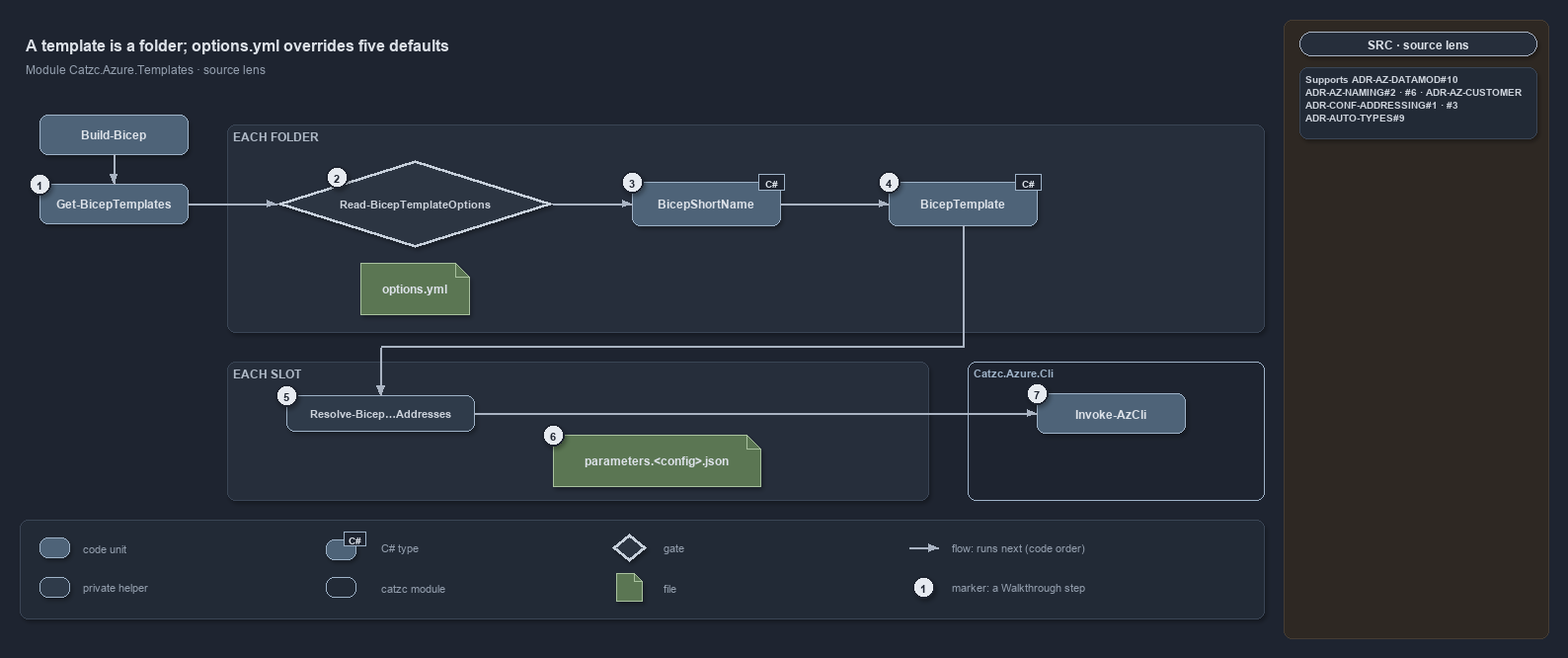
Above: docs/references/pwsh/.assets/bicep-template-is-a-folder/diagram.drawio.png in casperease/catzc (draw.io), before the change. Source tidied: cells renumbered, new cells last; positions are measured from the earlier drawing's top-left corner, leaving out a move shared by most shapes. Source of this version:
```xml
<mxGraphModel background="#1E2430" shadow="1">
  <root>
    <mxCell id="0" />
    <mxCell id="1" parent="0" />
    <mxCell id="2" style="rounded=1;arcSize=2;html=1;fillColor=#2E2823;strokeColor=#453C33;shadow=0;" parent="1" vertex="1">
      <mxGeometry x="1280" width="268" height="626" as="geometry" />
    </mxCell>
    <mxCell id="3" value="A template is a folder; options.yml overrides five defaults" style="text;html=1;align=left;verticalAlign=middle;fontSize=16;fontStyle=1;fontColor=#DDE2E9;" parent="1" vertex="1">
      <mxGeometry y="10" width="1260" height="30" as="geometry" />
    </mxCell>
    <mxCell id="4" value="Module Catzc.Azure.Templates · source lens" style="text;html=1;align=left;verticalAlign=middle;fontSize=12;fontColor=#949FAE;" parent="1" vertex="1">
      <mxGeometry y="40" width="1260" height="20" as="geometry" />
    </mxCell>
    <mxCell id="5" value="EACH FOLDER" style="rounded=1;html=1;arcSize=3;fillColor=#262E3B;strokeColor=#3A4555;verticalAlign=top;align=left;spacingLeft=8;fontStyle=1;fontSize=12;fontColor=#B0BAC7;" parent="1" vertex="1">
      <mxGeometry x="210" y="106" width="1050" height="210" as="geometry" />
    </mxCell>
    <mxCell id="6" value="EACH SLOT" style="rounded=1;html=1;arcSize=3;fillColor=#262E3B;strokeColor=#3A4555;verticalAlign=top;align=left;spacingLeft=8;fontStyle=1;fontSize=12;fontColor=#B0BAC7;" parent="1" vertex="1">
      <mxGeometry x="210" y="346" width="710" height="140" as="geometry" />
    </mxCell>
    <mxCell id="7" value="&lt;b&gt;Build-Bicep&lt;/b&gt;" style="rounded=1;whiteSpace=wrap;html=1;arcSize=20;fillColor=#4E6378;strokeColor=#9FB3C8;fontColor=#DDE2E9;fontSize=12;" parent="1" vertex="1">
      <mxGeometry x="20" y="96" width="150" height="40" as="geometry" />
    </mxCell>
    <mxCell id="8" value="&lt;b&gt;Get-BicepTemplates&lt;/b&gt;" style="rounded=1;whiteSpace=wrap;html=1;arcSize=20;fillColor=#4E6378;strokeColor=#9FB3C8;fontColor=#DDE2E9;fontSize=12;" parent="1" vertex="1">
      <mxGeometry x="20" y="166" width="150" height="40" as="geometry" />
    </mxCell>
    <mxCell id="9" value="&lt;b&gt;Read-BicepTemplateOptions&lt;/b&gt;" style="rhombus;whiteSpace=wrap;html=1;fillColor=#2C3542;strokeColor=#C7D0DB;strokeWidth=3;fontColor=#CDD3DC;fontSize=11;" parent="1" vertex="1">
      <mxGeometry x="260" y="142" width="280" height="88" as="geometry" />
    </mxCell>
    <mxCell id="10" value="&lt;b&gt;options.yml&lt;/b&gt;" style="shape=note;size=14;whiteSpace=wrap;html=1;fillColor=#5B7653;strokeColor=#A9C29F;fontColor=#DDE2E9;fontSize=12;" parent="1" vertex="1">
      <mxGeometry x="345" y="246" width="110" height="52" as="geometry" />
    </mxCell>
    <mxCell id="11" value="&lt;b&gt;BicepShortName&lt;/b&gt;" style="rounded=1;whiteSpace=wrap;html=1;arcSize=20;fillColor=#4E6378;strokeColor=#9FB3C8;fontColor=#DDE2E9;fontSize=12;" parent="1" vertex="1">
      <mxGeometry x="620" y="164" width="150" height="44" as="geometry" />
    </mxCell>
    <mxCell id="12" value="C#" style="rounded=0;html=1;fillColor=#1E2430;strokeColor=#9FB3C8;fontColor=#DDE2E9;fontStyle=1;fontSize=10.5;shadow=0;" parent="1" vertex="1">
      <mxGeometry x="748" y="156" width="26" height="16" as="geometry" />
    </mxCell>
    <mxCell id="13" value="&lt;b&gt;BicepTemplate&lt;/b&gt;" style="rounded=1;whiteSpace=wrap;html=1;arcSize=20;fillColor=#4E6378;strokeColor=#9FB3C8;fontColor=#DDE2E9;fontSize=12;" parent="1" vertex="1">
      <mxGeometry x="880" y="164" width="150" height="44" as="geometry" />
    </mxCell>
    <mxCell id="14" value="C#" style="rounded=0;html=1;fillColor=#1E2430;strokeColor=#9FB3C8;fontColor=#DDE2E9;fontStyle=1;fontSize=10.5;shadow=0;" parent="1" vertex="1">
      <mxGeometry x="1008" y="156" width="26" height="16" as="geometry" />
    </mxCell>
    <mxCell id="15" value="&lt;b&gt;Resolve-Bicep…Addresses&lt;/b&gt;" style="rounded=1;whiteSpace=wrap;html=1;arcSize=20;fillColor=#2F3B4A;strokeColor=#9FB3C8;fontColor=#CDD3DC;fontSize=11;" parent="1" vertex="1">
      <mxGeometry x="270" y="380" width="190" height="36" as="geometry" />
    </mxCell>
    <mxCell id="16" value="&lt;b&gt;parameters.&amp;lt;config&amp;gt;.json&lt;/b&gt;" style="shape=note;size=14;whiteSpace=wrap;html=1;fillColor=#5B7653;strokeColor=#A9C29F;fontColor=#DDE2E9;fontSize=12;" parent="1" vertex="1">
      <mxGeometry x="540" y="420" width="210" height="52" as="geometry" />
    </mxCell>
    <mxCell id="17" value="Catzc.Azure.Cli" style="rounded=1;html=1;arcSize=6;fillColor=none;strokeColor=#9FB3C8;strokeWidth=1.5;verticalAlign=top;align=left;spacingLeft=8;fontStyle=1;fontSize=11;fontColor=#9FB3C8;shadow=0;" parent="1" vertex="1">
      <mxGeometry x="960" y="346" width="300" height="140" as="geometry" />
    </mxCell>
    <mxCell id="18" value="&lt;b&gt;Invoke-AzCli&lt;/b&gt;" style="rounded=1;whiteSpace=wrap;html=1;arcSize=20;fillColor=#4E6378;strokeColor=#9FB3C8;fontColor=#DDE2E9;fontSize=12;" parent="17" vertex="1">
      <mxGeometry x="70" y="32" width="150" height="40" as="geometry" />
    </mxCell>
    <mxCell id="19" style="text;html=1;strokeColor=none;fillColor=none;" parent="1" vertex="1">
      <mxGeometry x="955" y="331" width="1" height="1" as="geometry" />
    </mxCell>
    <mxCell id="20" style="text;html=1;strokeColor=none;fillColor=none;" parent="1" vertex="1">
      <mxGeometry x="365" y="331" width="1" height="1" as="geometry" />
    </mxCell>
    <mxCell id="21" style="edgeStyle=orthogonalEdgeStyle;rounded=1;html=1;fontSize=10;fontColor=#CDD3DC;endArrow=block;strokeColor=#AAB4C3;shadow=0;" parent="1" edge="1" source="7" target="8">
      <mxGeometry relative="1" as="geometry" />
    </mxCell>
    <mxCell id="22" style="edgeStyle=orthogonalEdgeStyle;rounded=1;html=1;fontSize=10;fontColor=#CDD3DC;endArrow=block;strokeColor=#AAB4C3;shadow=0;" parent="1" edge="1" source="8" target="9">
      <mxGeometry relative="1" as="geometry" />
    </mxCell>
    <mxCell id="23" style="edgeStyle=orthogonalEdgeStyle;rounded=1;html=1;fontSize=10;fontColor=#CDD3DC;endArrow=block;strokeColor=#AAB4C3;shadow=0;" parent="1" edge="1" source="9" target="11">
      <mxGeometry relative="1" as="geometry" />
    </mxCell>
    <mxCell id="24" style="edgeStyle=orthogonalEdgeStyle;rounded=1;html=1;fontSize=10;fontColor=#CDD3DC;endArrow=block;strokeColor=#AAB4C3;shadow=0;" parent="1" edge="1" source="11" target="13">
      <mxGeometry relative="1" as="geometry" />
    </mxCell>
    <mxCell id="25" style="edgeStyle=orthogonalEdgeStyle;rounded=1;html=1;endArrow=none;strokeColor=#AAB4C3;shadow=0;" parent="1" edge="1" source="13" target="19">
      <mxGeometry relative="1" as="geometry" />
    </mxCell>
    <mxCell id="26" style="edgeStyle=orthogonalEdgeStyle;rounded=1;html=1;endArrow=none;strokeColor=#AAB4C3;shadow=0;" parent="1" edge="1" source="19" target="20">
      <mxGeometry relative="1" as="geometry" />
    </mxCell>
    <mxCell id="27" style="edgeStyle=orthogonalEdgeStyle;rounded=1;html=1;fontSize=10;fontColor=#CDD3DC;endArrow=block;strokeColor=#AAB4C3;shadow=0;" parent="1" edge="1" source="20" target="15">
      <mxGeometry relative="1" as="geometry" />
    </mxCell>
    <mxCell id="28" style="edgeStyle=orthogonalEdgeStyle;rounded=1;html=1;fontSize=10;fontColor=#CDD3DC;endArrow=block;strokeColor=#AAB4C3;shadow=0;" parent="1" edge="1" source="15" target="18">
      <mxGeometry relative="1" as="geometry" />
    </mxCell>
    <mxCell id="29" value="1" style="ellipse;html=1;fillColor=#E6EAF0;strokeColor=#1E2430;strokeWidth=2;fontColor=#1E2430;fontStyle=1;fontSize=11;" parent="1" vertex="1">
      <mxGeometry x="9" y="155" width="22" height="22" as="geometry" />
    </mxCell>
    <mxCell id="30" value="2" style="ellipse;html=1;fillColor=#E6EAF0;strokeColor=#1E2430;strokeWidth=2;fontColor=#1E2430;fontStyle=1;fontSize=11;" parent="1" vertex="1">
      <mxGeometry x="310" y="148" width="22" height="22" as="geometry" />
    </mxCell>
    <mxCell id="31" value="3" style="ellipse;html=1;fillColor=#E6EAF0;strokeColor=#1E2430;strokeWidth=2;fontColor=#1E2430;fontStyle=1;fontSize=11;" parent="1" vertex="1">
      <mxGeometry x="609" y="153" width="22" height="22" as="geometry" />
    </mxCell>
    <mxCell id="32" value="4" style="ellipse;html=1;fillColor=#E6EAF0;strokeColor=#1E2430;strokeWidth=2;fontColor=#1E2430;fontStyle=1;fontSize=11;" parent="1" vertex="1">
      <mxGeometry x="869" y="153" width="22" height="22" as="geometry" />
    </mxCell>
    <mxCell id="33" value="5" style="ellipse;html=1;fillColor=#E6EAF0;strokeColor=#1E2430;strokeWidth=2;fontColor=#1E2430;fontStyle=1;fontSize=11;" parent="1" vertex="1">
      <mxGeometry x="259" y="369" width="22" height="22" as="geometry" />
    </mxCell>
    <mxCell id="34" value="6" style="ellipse;html=1;fillColor=#E6EAF0;strokeColor=#1E2430;strokeWidth=2;fontColor=#1E2430;fontStyle=1;fontSize=11;" parent="1" vertex="1">
      <mxGeometry x="529" y="409" width="22" height="22" as="geometry" />
    </mxCell>
    <mxCell id="35" value="7" style="ellipse;html=1;fillColor=#E6EAF0;strokeColor=#1E2430;strokeWidth=2;fontColor=#1E2430;fontStyle=1;fontSize=11;" parent="1" vertex="1">
      <mxGeometry x="1019" y="367" width="22" height="22" as="geometry" />
    </mxCell>
    <mxCell id="36" style="rounded=1;arcSize=6;html=1;fillColor=#222A36;strokeColor=#3A4555;" parent="1" vertex="1">
      <mxGeometry y="506" width="1260" height="100" as="geometry" />
    </mxCell>
    <mxCell id="37" style="rounded=1;whiteSpace=wrap;html=1;arcSize=20;fillColor=#4E6378;strokeColor=#9FB3C8;" parent="1" vertex="1">
      <mxGeometry x="20" y="524" width="30" height="20" as="geometry" />
    </mxCell>
    <mxCell id="38" value="code unit" style="text;html=1;align=left;verticalAlign=middle;fontSize=11;fontColor=#949FAE;" parent="1" vertex="1">
      <mxGeometry x="58" y="524" width="200" height="20" as="geometry" />
    </mxCell>
    <mxCell id="39" style="rounded=1;whiteSpace=wrap;html=1;arcSize=20;fillColor=#2F3B4A;strokeColor=#9FB3C8;" parent="1" vertex="1">
      <mxGeometry x="20" y="564" width="30" height="20" as="geometry" />
    </mxCell>
    <mxCell id="40" value="private helper" style="text;html=1;align=left;verticalAlign=middle;fontSize=11;fontColor=#949FAE;" parent="1" vertex="1">
      <mxGeometry x="58" y="564" width="200" height="20" as="geometry" />
    </mxCell>
    <mxCell id="41" style="rounded=1;whiteSpace=wrap;html=1;arcSize=20;fillColor=#4E6378;strokeColor=#9FB3C8;" parent="1" vertex="1">
      <mxGeometry x="310" y="526" width="30" height="20" as="geometry" />
    </mxCell>
    <mxCell id="42" value="C#" style="rounded=0;html=1;fillColor=#1E2430;strokeColor=#9FB3C8;fontColor=#DDE2E9;fontStyle=1;fontSize=10.5;shadow=0;" parent="1" vertex="1">
      <mxGeometry x="328" y="518" width="22" height="14" as="geometry" />
    </mxCell>
    <mxCell id="43" value="C# type" style="text;html=1;align=left;verticalAlign=middle;fontSize=11;fontColor=#949FAE;" parent="1" vertex="1">
      <mxGeometry x="360" y="524" width="200" height="20" as="geometry" />
    </mxCell>
    <mxCell id="44" style="rounded=1;html=1;arcSize=6;fillColor=none;strokeColor=#9FB3C8;strokeWidth=1.5;shadow=0;" parent="1" vertex="1">
      <mxGeometry x="310" y="564" width="30" height="20" as="geometry" />
    </mxCell>
    <mxCell id="45" value="catzc module" style="text;html=1;align=left;verticalAlign=middle;fontSize=11;fontColor=#949FAE;" parent="1" vertex="1">
      <mxGeometry x="360" y="564" width="200" height="20" as="geometry" />
    </mxCell>
    <mxCell id="46" style="rhombus;whiteSpace=wrap;html=1;fillColor=#2C3542;strokeColor=#C7D0DB;strokeWidth=3;" parent="1" vertex="1">
      <mxGeometry x="600" y="520" width="34" height="28" as="geometry" />
    </mxCell>
    <mxCell id="47" value="gate" style="text;html=1;align=left;verticalAlign=middle;fontSize=11;fontColor=#949FAE;" parent="1" vertex="1">
      <mxGeometry x="646" y="524" width="200" height="20" as="geometry" />
    </mxCell>
    <mxCell id="48" style="shape=note;size=8;whiteSpace=wrap;html=1;fillColor=#5B7653;strokeColor=#A9C29F;" parent="1" vertex="1">
      <mxGeometry x="604" y="560" width="26" height="28" as="geometry" />
    </mxCell>
    <mxCell id="49" value="file" style="text;html=1;align=left;verticalAlign=middle;fontSize=11;fontColor=#949FAE;" parent="1" vertex="1">
      <mxGeometry x="646" y="564" width="200" height="20" as="geometry" />
    </mxCell>
    <mxCell id="50" style="text;html=1;strokeColor=none;fillColor=none;" parent="1" vertex="1">
      <mxGeometry x="900" y="534" width="1" height="1" as="geometry" />
    </mxCell>
    <mxCell id="51" style="text;html=1;strokeColor=none;fillColor=none;" parent="1" vertex="1">
      <mxGeometry x="930" y="534" width="1" height="1" as="geometry" />
    </mxCell>
    <mxCell id="52" style="edgeStyle=orthogonalEdgeStyle;rounded=1;html=1;endArrow=block;strokeColor=#AAB4C3;shadow=0;" parent="1" edge="1" source="50" target="51">
      <mxGeometry relative="1" as="geometry" />
    </mxCell>
    <mxCell id="53" value="flow: runs next (code order)" style="text;html=1;align=left;verticalAlign=middle;fontSize=11;fontColor=#949FAE;" parent="1" vertex="1">
      <mxGeometry x="938" y="524" width="220" height="20" as="geometry" />
    </mxCell>
    <mxCell id="54" value="1" style="ellipse;html=1;fillColor=#E6EAF0;strokeColor=#1E2430;strokeWidth=2;fontColor=#1E2430;fontStyle=1;fontSize=11;" parent="1" vertex="1">
      <mxGeometry x="904" y="563" width="22" height="22" as="geometry" />
    </mxCell>
    <mxCell id="55" value="marker: a Walkthrough step" style="text;html=1;align=left;verticalAlign=middle;fontSize=11;fontColor=#949FAE;" parent="1" vertex="1">
      <mxGeometry x="938" y="564" width="220" height="20" as="geometry" />
    </mxCell>
    <mxCell id="56" value="SRC · source lens" style="rounded=1;arcSize=50;whiteSpace=wrap;html=1;fillColor=#262E3B;strokeColor=#AAB4C3;fontColor=#DDE2E9;fontStyle=1;fontSize=12;" parent="1" vertex="1">
      <mxGeometry x="1296" y="12" width="240" height="24" as="geometry" />
    </mxCell>
    <mxCell id="57" value="&lt;b&gt;Supports&lt;/b&gt; ADR-AZ-DATAMOD#10&lt;br&gt;ADR-AZ-NAMING#2 · #6 · ADR-AZ-CUSTOMER&lt;br&gt;ADR-CONF-ADDRESSING#1 · #3&lt;br&gt;ADR-AUTO-TYPES#9" style="rounded=1;arcSize=6;whiteSpace=wrap;html=1;align=left;verticalAlign=top;spacingLeft=6;fontSize=10.5;fontColor=#CDD3DC;fillColor=#222A36;strokeColor=#3A4555;" parent="1" vertex="1">
      <mxGeometry x="1296" y="48" width="240" height="72" as="geometry" />
    </mxCell>
  </root>
</mxGraphModel>
```
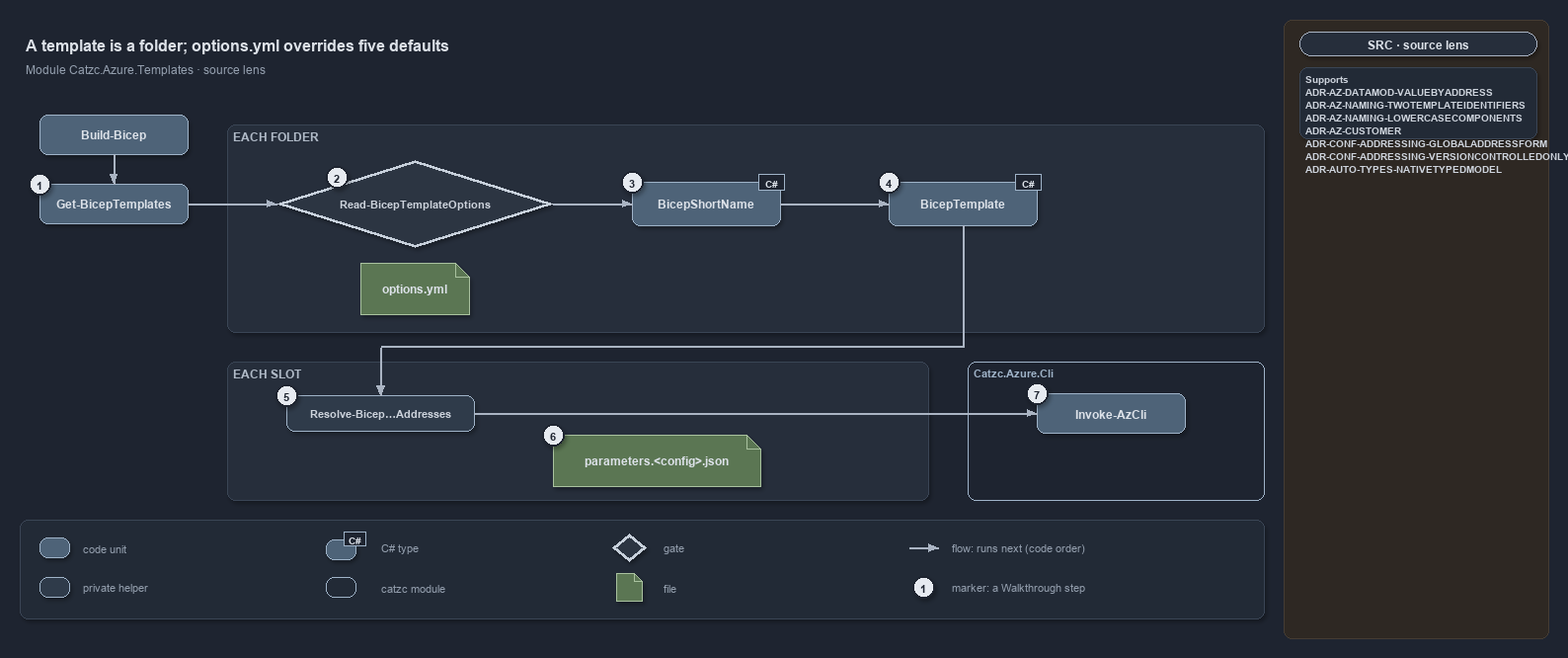
After the change.

What changed in the source:
```diff
@@ -167,7 +167,7 @@
     <mxCell id="56" value="SRC · source lens" style="rounded=1;arcSize=50;whiteSpace=wrap;html=1;fillColor=#262E3B;strokeColor=#AAB4C3;fontColor=#DDE2E9;fontStyle=1;fontSize=12;" parent="1" vertex="1">
       <mxGeometry x="1296" y="12" width="240" height="24" as="geometry" />
     </mxCell>
-    <mxCell id="57" value="&lt;b&gt;Supports&lt;/b&gt; ADR-AZ-DATAMOD#10&lt;br&gt;ADR-AZ-NAMING#2 · #6 · ADR-AZ-CUSTOMER&lt;br&gt;ADR-CONF-ADDRESSING#1 · #3&lt;br&gt;ADR-AUTO-TYPES#9" style="rounded=1;arcSize=6;whiteSpace=wrap;html=1;align=left;verticalAlign=top;spacingLeft=6;fontSize=10.5;fontColor=#CDD3DC;fillColor=#222A36;strokeColor=#3A4555;" parent="1" vertex="1">
+    <mxCell id="57" value="&lt;b&gt;Supports&lt;/b&gt;&lt;br&gt;ADR-AZ-DATAMOD-VALUEBYADDRESS&lt;br&gt;ADR-AZ-NAMING-TWOTEMPLATEIDENTIFIERS&lt;br&gt;ADR-AZ-NAMING-LOWERCASECOMPONENTS&lt;br&gt;ADR-AZ-CUSTOMER&lt;br&gt;ADR-CONF-ADDRESSING-GLOBALADDRESSFORM&lt;br&gt;ADR-CONF-ADDRESSING-VERSIONCONTROLLEDONLY&lt;br&gt;ADR-AUTO-TYPES-NATIVETYPEDMODEL" style="rounded=1;arcSize=6;whiteSpace=wrap;html=1;align=left;verticalAlign=top;spacingLeft=6;fontSize=10.5;fontColor=#CDD3DC;fillColor=#222A36;strokeColor=#3A4555;" parent="1" vertex="1">
       <mxGeometry x="1296" y="48" width="240" height="72" as="geometry" />
     </mxCell>
   </root>
```
